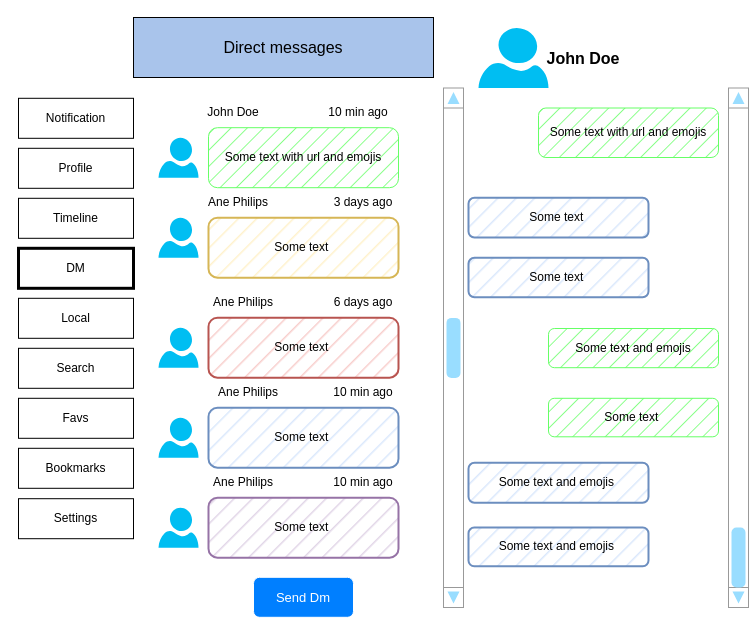
Before: docs/Dm_window.drawio in UPV-EHU-Bilbao/ninis-mastodonFX, a draw.io diagram. Source tidied: cells renumbered, new cells numbered last; positions are measured from the earlier drawing's top-left corner, leaving out a move shared by most shapes. Both pictures are drawn from the tidied source at 100%, with x=0, y=0 at pixel (18, 17).
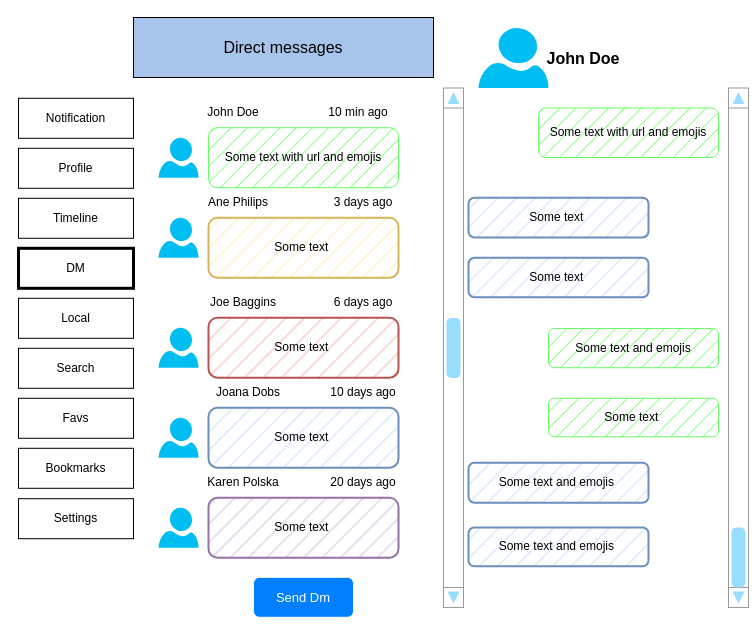
The same page after the edit.

Change to the diagram source:
```diff
@@
-    <mxCell id="17" value="&lt;font color=&quot;#000000&quot;&gt;Ane Philips&lt;/font&gt;" style="text;html=1;strokeColor=none;fillColor=none;align=center;verticalAlign=middle;whiteSpace=wrap;rounded=0;fontColor=#ffffff;" parent="1" vertex="1">
+    <mxCell id="17" value="&lt;font color=&quot;#000000&quot;&gt;Joana Dobs&lt;/font&gt;" style="text;html=1;strokeColor=none;fillColor=none;align=center;verticalAlign=middle;whiteSpace=wrap;rounded=0;fontColor=#ffffff;" parent="1" vertex="1">
       <mxGeometry x="190" y="360.2" width="80" height="30" as="geometry" />
     </mxCell>
-    <mxCell id="18" value="10 min ago" style="text;html=1;strokeColor=none;fillColor=none;align=center;verticalAlign=middle;whiteSpace=wrap;rounded=0;fontColor=#000000;" parent="1" vertex="1">
+    <mxCell id="18" value="10 days ago" style="text;html=1;strokeColor=none;fillColor=none;align=center;verticalAlign=middle;whiteSpace=wrap;rounded=0;fontColor=#000000;" parent="1" vertex="1">
       <mxGeometry x="310" y="360.2" width="70" height="30" as="geometry" />
     </mxCell>
@@
-    <mxCell id="25" value="&lt;font color=&quot;#000000&quot;&gt;Ane Philips&lt;/font&gt;" style="text;html=1;strokeColor=none;fillColor=none;align=center;verticalAlign=middle;whiteSpace=wrap;rounded=0;fontColor=#ffffff;" parent="1" vertex="1">
+    <mxCell id="25" value="&lt;font color=&quot;#000000&quot;&gt;Karen Polska&lt;/font&gt;" style="text;html=1;strokeColor=none;fillColor=none;align=center;verticalAlign=middle;whiteSpace=wrap;rounded=0;fontColor=#ffffff;" parent="1" vertex="1">
       <mxGeometry x="185" y="450.2" width="80" height="30" as="geometry" />
     </mxCell>
-    <mxCell id="26" value="10 min ago" style="text;html=1;strokeColor=none;fillColor=none;align=center;verticalAlign=middle;whiteSpace=wrap;rounded=0;fontColor=#000000;" parent="1" vertex="1">
+    <mxCell id="26" value="20 days ago" style="text;html=1;strokeColor=none;fillColor=none;align=center;verticalAlign=middle;whiteSpace=wrap;rounded=0;fontColor=#000000;" parent="1" vertex="1">
       <mxGeometry x="310" y="450.2" width="70" height="30" as="geometry" />
     </mxCell>
@@
-    <mxCell id="29" value="&lt;font color=&quot;#000000&quot;&gt;Ane Philips&lt;/font&gt;" style="text;html=1;strokeColor=none;fillColor=none;align=center;verticalAlign=middle;whiteSpace=wrap;rounded=0;fontColor=#ffffff;" parent="1" vertex="1">
-      <mxGeometry x="185" y="270.2" width="80" height="30" as="geometry" />
-    </mxCell>
@@
+    <mxCell id="44" value="&lt;font color=&quot;#000000&quot;&gt;Joe Baggins&lt;/font&gt;" style="text;html=1;strokeColor=none;fillColor=none;align=center;verticalAlign=middle;whiteSpace=wrap;rounded=0;fontColor=#ffffff;" parent="1" vertex="1">
+      <mxGeometry x="185" y="270" width="80" height="30" as="geometry" />
+    </mxCell>
```
